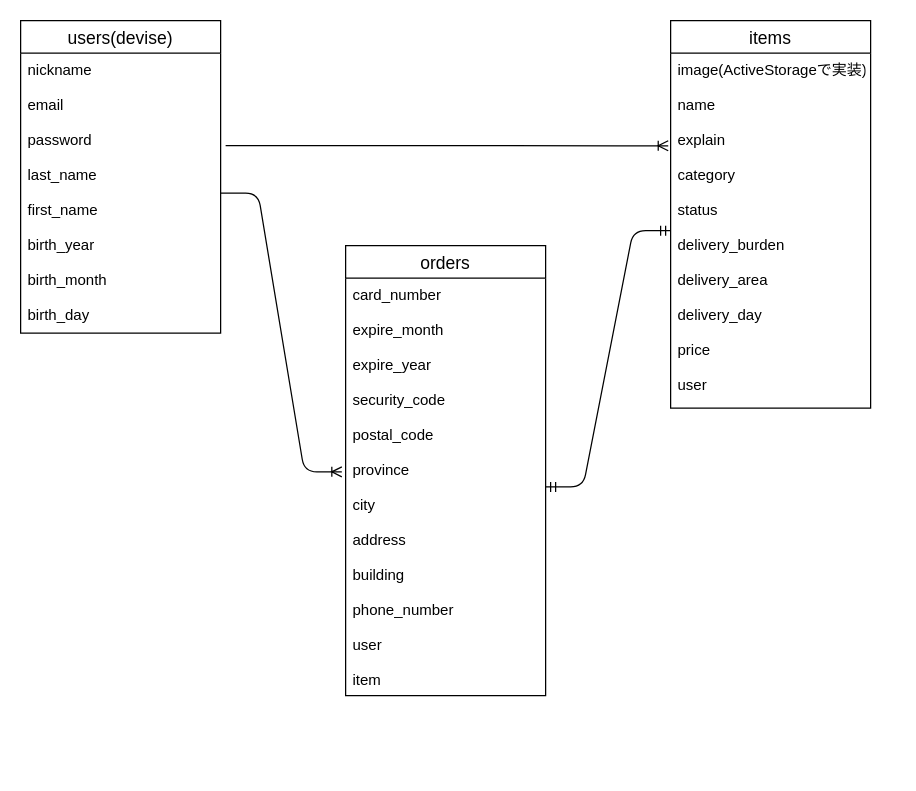
Above: furima.dio in daikiku10/furima-27617 (draw.io), before the change. Source tidied: cells renumbered, new cells numbered last; positions are measured from the earlier drawing's top-left corner, leaving out a move shared by most shapes. Both pictures are drawn from the tidied source at 125%, with x=0, y=0 at pixel (20, 20).
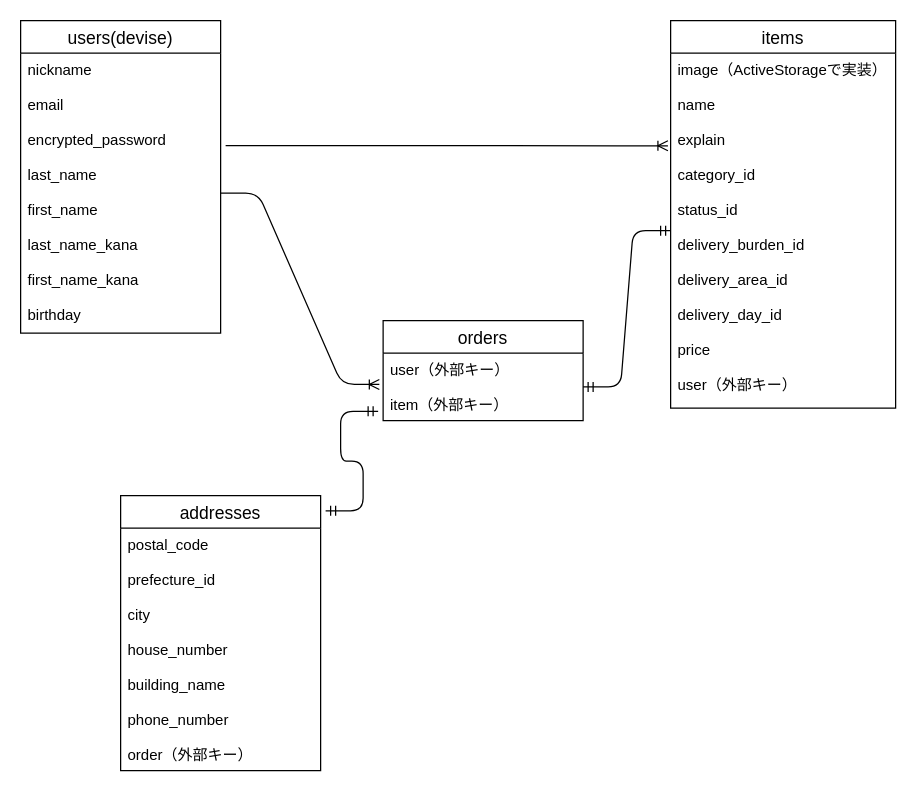
The same diagram, later.

The edit, as a diff of the source:
```diff
@@
 <mxGraphModel>
   <root>
     <mxCell id="0" />
     <mxCell id="1" parent="0" />
     <mxCell id="2" value="items" style="swimlane;fontStyle=0;horizontal=1;startSize=26;align=center;fontSize=14;" parent="1" vertex="1">
-      <mxGeometry x="520" width="160" height="310" as="geometry" />
+      <mxGeometry x="520" width="180" height="310" as="geometry" />
     </mxCell>
-    <mxCell id="3" value="image(ActiveStorageで実装)&#10;&#10;name&#10;&#10;explain&#10;&#10;category&#10;&#10;status&#10;&#10;delivery_burden&#10;&#10;delivery_area&#10;&#10;delivery_day&#10;&#10;price&#10;&#10;user" style="text;strokeColor=none;fillColor=none;spacingLeft=4;spacingRight=4;overflow=hidden;points=[[0,0.5],[1,0.5]];portConstraint=eastwest;fontSize=12;" parent="2" vertex="1">
-      <mxGeometry y="26" width="160" height="284" as="geometry" />
+    <mxCell id="3" value="image（ActiveStorageで実装）&#10;&#10;name&#10;&#10;explain&#10;&#10;category_id&#10;&#10;status_id&#10;&#10;delivery_burden_id&#10;&#10;delivery_area_id&#10;&#10;delivery_day_id&#10;&#10;price&#10;&#10;user（外部キー）" style="text;strokeColor=none;fillColor=none;spacingLeft=4;spacingRight=4;overflow=hidden;points=[[0,0.5],[1,0.5]];portConstraint=eastwest;fontSize=12;" parent="2" vertex="1">
+      <mxGeometry y="26" width="180" height="284" as="geometry" />
     </mxCell>
     <mxCell id="4" value="users(devise)" style="swimlane;fontStyle=0;horizontal=1;startSize=26;align=center;fontSize=14;" parent="1" vertex="1">
       <mxGeometry width="160" height="250" as="geometry" />
     </mxCell>
-    <mxCell id="5" value="nickname&#10;&#10;email&#10;&#10;password&#10;&#10;last_name&#10;&#10;first_name&#10;&#10;birth_year&#10;&#10;birth_month&#10;&#10;birth_day&#10;&#10;&#10;" style="text;strokeColor=none;fillColor=none;spacingLeft=4;spacingRight=4;overflow=hidden;points=[[0,0.5],[1,0.5]];portConstraint=eastwest;fontSize=12;" parent="4" vertex="1">
+    <mxCell id="5" value="nickname&#10;&#10;email&#10;&#10;encrypted_password&#10;&#10;last_name&#10;&#10;first_name&#10;&#10;last_name_kana&#10;&#10;first_name_kana&#10;&#10;birthday&#10;&#10;" style="text;strokeColor=none;fillColor=none;spacingLeft=4;spacingRight=4;overflow=hidden;points=[[0,0.5],[1,0.5]];portConstraint=eastwest;fontSize=12;" parent="4" vertex="1">
       <mxGeometry y="26" width="160" height="224" as="geometry" />
     </mxCell>
-    <mxCell id="6" value="orders" style="swimlane;fontStyle=0;horizontal=1;startSize=26;align=center;fontSize=14;" parent="1" vertex="1">
-      <mxGeometry x="260" y="180" width="160" height="360" as="geometry" />
-    </mxCell>
-    <mxCell id="7" value="card_number&#10;&#10;expire_month&#10;&#10;expire_year&#10;&#10;security_code&#10;&#10;postal_code&#10;&#10;province&#10;&#10;city&#10;&#10;address&#10;&#10;building&#10;&#10;phone_number&#10;&#10;user&#10;&#10;item" style="text;strokeColor=none;fillColor=none;spacingLeft=4;spacingRight=4;overflow=hidden;points=[[0,0.5],[1,0.5]];portConstraint=eastwest;fontSize=12;" parent="6" vertex="1">
-      <mxGeometry y="26" width="160" height="334" as="geometry" />
-    </mxCell>
     <mxCell id="8" style="edgeStyle=entityRelationEdgeStyle;fontSize=12;html=1;endArrow=ERoneToMany;entryX=-0.012;entryY=0.261;entryDx=0;entryDy=0;entryPerimeter=0;exitX=1.025;exitY=0.33;exitDx=0;exitDy=0;exitPerimeter=0;" parent="1" edge="1" source="5" target="3">
       <mxGeometry relative="1" as="geometry" />
     </mxCell>
     <mxCell id="9" style="edgeStyle=entityRelationEdgeStyle;fontSize=12;html=1;endArrow=ERoneToMany;entryX=-0.019;entryY=0.464;entryDx=0;entryDy=0;entryPerimeter=0;" parent="1" edge="1" source="5" target="7">
       <mxGeometry relative="1" as="geometry" />
     </mxCell>
     <mxCell id="10" style="edgeStyle=entityRelationEdgeStyle;fontSize=12;html=1;endArrow=ERmandOne;startArrow=ERmandOne;exitX=1;exitY=0.5;exitDx=0;exitDy=0;" parent="1" edge="1" source="7" target="3">
       <mxGeometry relative="1" as="geometry" />
     </mxCell>
+    <mxCell id="11" style="edgeStyle=entityRelationEdgeStyle;fontSize=12;html=1;endArrow=ERmandOne;startArrow=ERmandOne;entryX=-0.025;entryY=0.862;entryDx=0;entryDy=0;entryPerimeter=0;exitX=1.025;exitY=0.055;exitDx=0;exitDy=0;exitPerimeter=0;" parent="1" edge="1" source="12" target="7">
+      <mxGeometry relative="1" as="geometry" />
+    </mxCell>
+    <mxCell id="12" value="addresses" style="swimlane;fontStyle=0;horizontal=1;startSize=26;align=center;fontSize=14;" parent="1" vertex="1">
+      <mxGeometry x="80" y="380" width="160" height="220" as="geometry" />
+    </mxCell>
+    <mxCell id="13" value="postal_code&#10;&#10;prefecture_id&#10;&#10;city&#10;&#10;house_number&#10;&#10;building_name&#10;&#10;phone_number&#10;&#10;order（外部キー）" style="text;strokeColor=none;fillColor=none;spacingLeft=4;spacingRight=4;overflow=hidden;fontSize=12;" parent="12" vertex="1">
+      <mxGeometry y="26" width="160" height="194" as="geometry" />
+    </mxCell>
+    <mxCell id="6" value="orders" style="swimlane;fontStyle=0;horizontal=1;startSize=26;align=center;fontSize=14;" parent="1" vertex="1">
+      <mxGeometry x="290" y="240" width="160" height="80" as="geometry" />
+    </mxCell>
+    <mxCell id="7" value="user（外部キー）&#10;&#10;item（外部キー）" style="text;strokeColor=none;fillColor=none;spacingLeft=4;spacingRight=4;overflow=hidden;points=[[0,0.5],[1,0.5]];portConstraint=eastwest;fontSize=12;" parent="6" vertex="1">
+      <mxGeometry y="26" width="160" height="54" as="geometry" />
+    </mxCell>
   </root>
 </mxGraphModel>
```
